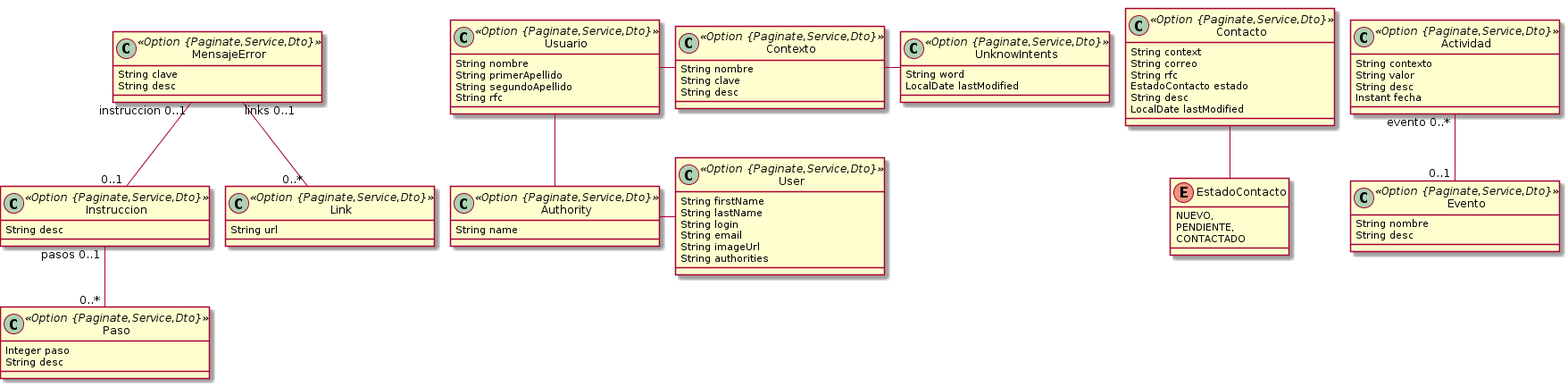
salsa-community/kbase keeps this PlantUML diagram as entities.png. Above is the earlier version. Its diagram source:
```plantuml
@startuml
	!pragma graphviz_dot jdot
	!pragma syntax class
	class MensajeError <<Option {Paginate,Service,Dto}>> {
		String clave
		String desc
	}
	class Instruccion <<Option {Paginate,Service,Dto}>> {
		String desc
	}
	class Link <<Option {Paginate,Service,Dto}>> {
		String url
	}
	class Paso <<Option {Paginate,Service,Dto}>> {
		Integer paso
		String desc
	}
	class Usuario <<Option {Paginate,Service,Dto}>> {
		String nombre
		String primerApellido
		String segundoApellido
		String rfc
	}
	class Contexto <<Option {Paginate,Service,Dto}>> {
		String nombre
		String clave
		String desc
	}
	class UnknowIntents <<Option {Paginate,Service,Dto}>> {
		String word
		LocalDate lastModified
	}
	class Contacto <<Option {Paginate,Service,Dto}>> {
		String context
		String correo
		String rfc
		EstadoContacto estado
		String desc
		LocalDate lastModified
	}
	Contacto ..> EstadoContacto
	enum EstadoContacto {
		NUEVO,
		PENDIENTE,
		CONTACTADO
	}
	class Actividad <<Option {Paginate,Service,Dto}>> {
		String contexto
		String valor
		String desc
		Instant fecha
	}
	class Evento <<Option {Paginate,Service,Dto}>> {
		String nombre
		String desc
	}
	MensajeError  "instruccion 0..1 " -- "0..1 "  Instruccion
	MensajeError  "links 0..1 " --o "0..* "  Link
	Instruccion  "pasos 0..1 " --o "0..* "  Paso
	Actividad  "evento 0..* " o-- "0..1 "  Evento
	class Authority <<Option {Paginate,Service,Dto}>> {
		String name
	}
	class User <<Option {Paginate,Service,Dto}>> {
		String firstName
		String lastName
		String login
		String email
		String imageUrl
		String authorities
	}
@enduml
```
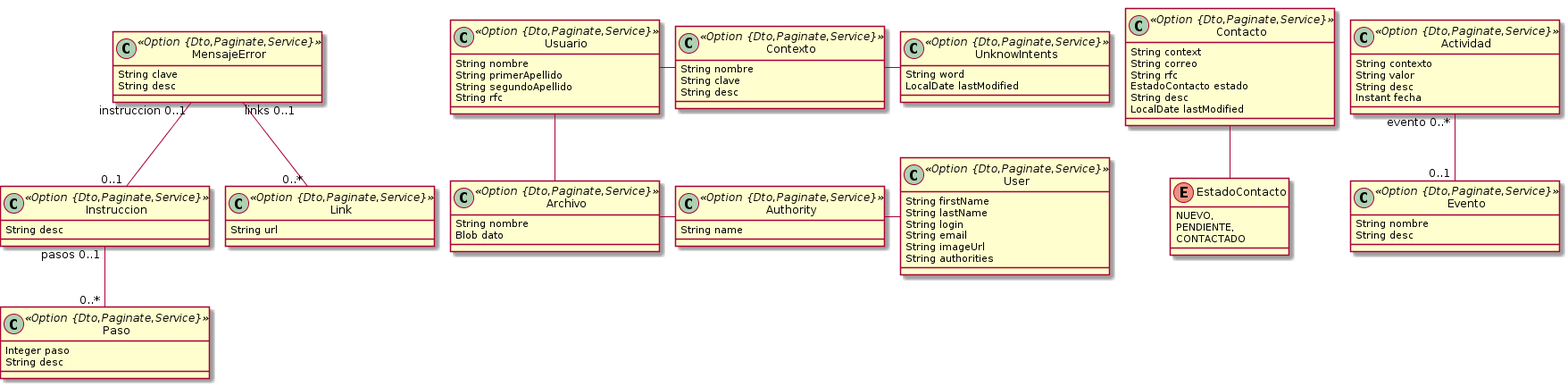
The same file after the commit.

Diff of the diagram source:
```diff
@@ -1,36 +1,36 @@
 @startuml
 	!pragma graphviz_dot jdot
 	!pragma syntax class
-	class MensajeError <<Option {Paginate,Service,Dto}>> {
+	class MensajeError <<Option {Dto,Paginate,Service}>> {
 		String clave
 		String desc
 	}
-	class Instruccion <<Option {Paginate,Service,Dto}>> {
+	class Instruccion <<Option {Dto,Paginate,Service}>> {
 		String desc
 	}
-	class Link <<Option {Paginate,Service,Dto}>> {
+	class Link <<Option {Dto,Paginate,Service}>> {
 		String url
 	}
-	class Paso <<Option {Paginate,Service,Dto}>> {
+	class Paso <<Option {Dto,Paginate,Service}>> {
 		Integer paso
 		String desc
 	}
-	class Usuario <<Option {Paginate,Service,Dto}>> {
+	class Usuario <<Option {Dto,Paginate,Service}>> {
 		String nombre
 		String primerApellido
 		String segundoApellido
 		String rfc
 	}
-	class Contexto <<Option {Paginate,Service,Dto}>> {
+	class Contexto <<Option {Dto,Paginate,Service}>> {
 		String nombre
 		String clave
 		String desc
 	}
-	class UnknowIntents <<Option {Paginate,Service,Dto}>> {
+	class UnknowIntents <<Option {Dto,Paginate,Service}>> {
 		String word
 		LocalDate lastModified
 	}
-	class Contacto <<Option {Paginate,Service,Dto}>> {
+	class Contacto <<Option {Dto,Paginate,Service}>> {
 		String context
 		String correo
 		String rfc
@@ -44,24 +44,28 @@
 		PENDIENTE,
 		CONTACTADO
 	}
-	class Actividad <<Option {Paginate,Service,Dto}>> {
+	class Actividad <<Option {Dto,Paginate,Service}>> {
 		String contexto
 		String valor
 		String desc
 		Instant fecha
 	}
-	class Evento <<Option {Paginate,Service,Dto}>> {
+	class Evento <<Option {Dto,Paginate,Service}>> {
 		String nombre
 		String desc
+	}
+	class Archivo <<Option {Dto,Paginate,Service}>> {
+		String nombre
+		Blob dato
 	}
 	MensajeError  "instruccion 0..1 " -- "0..1 "  Instruccion
 	MensajeError  "links 0..1 " --o "0..* "  Link
 	Instruccion  "pasos 0..1 " --o "0..* "  Paso
 	Actividad  "evento 0..* " o-- "0..1 "  Evento
-	class Authority <<Option {Paginate,Service,Dto}>> {
+	class Authority <<Option {Dto,Paginate,Service}>> {
 		String name
 	}
-	class User <<Option {Paginate,Service,Dto}>> {
+	class User <<Option {Dto,Paginate,Service}>> {
 		String firstName
 		String lastName
 		String login
```
